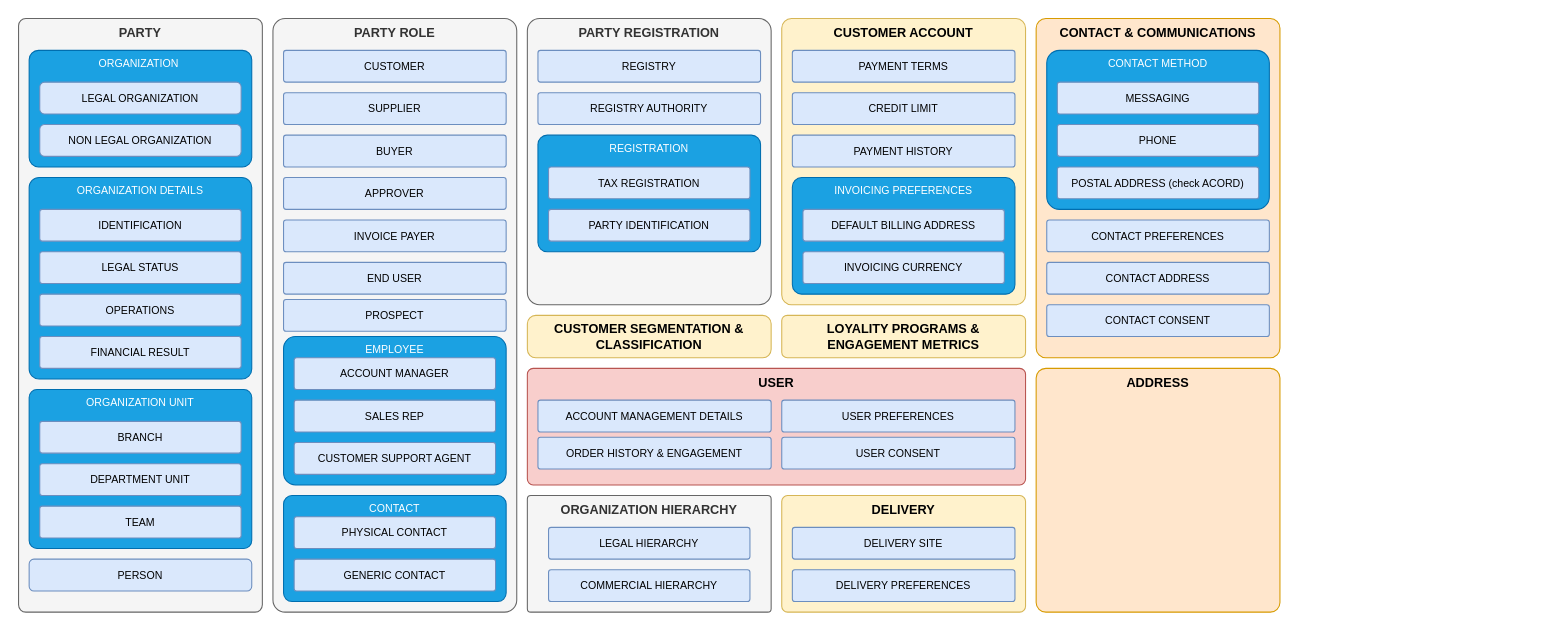
Earlier version of the draw.io diagram page "Customer Functional Area" (5 of 5) of docs/modeling/Customer-Manutan.drawio (pastel-gbetoho/PastelGbetoho-data-library). Source tidied: cells renumbered, new cells numbered last; positions are measured from the earlier drawing's top-left corner, leaving out a move shared by most shapes. Both pictures are drawn from the tidied source at 106%, with x=0, y=0 at pixel (18, 18).
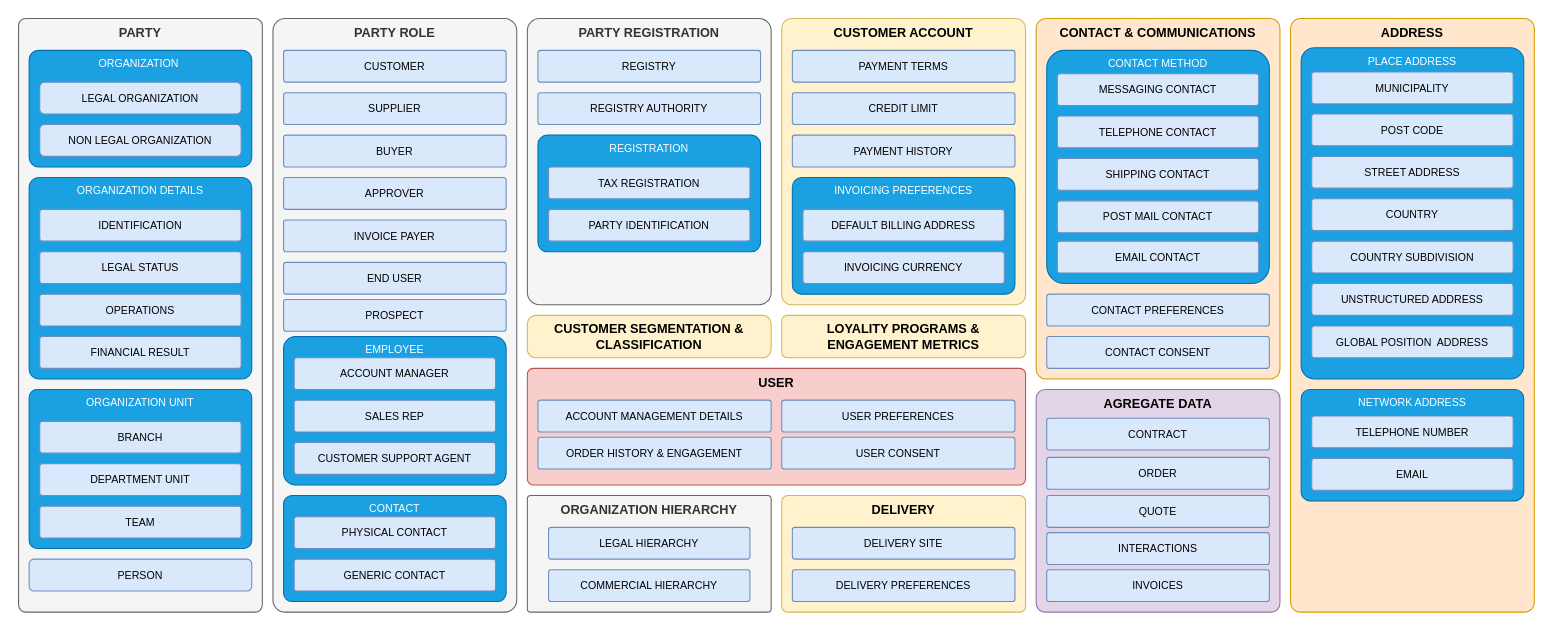
After the change.

Commit message:
Mettre à jour Customer-Manutan.drawio

What changed in the source:
```diff
@@
     <mxCell id="54" value="CONTACT &amp;amp; COMMUNICATIONS" style="rounded=1;whiteSpace=wrap;html=1;fillColor=#ffe6cc;strokeColor=#d79b00;arcSize=4;verticalAlign=top;fontSize=12;fontStyle=1;" parent="1" vertex="1">
-      <mxGeometry x="960" width="230" height="320" as="geometry" />
+      <mxGeometry x="960" width="230" height="340" as="geometry" />
     </mxCell>
     <mxCell id="55" value="CONTACT METHOD" style="rounded=1;whiteSpace=wrap;html=1;fillColor=#1ba1e2;strokeColor=#006EAF;verticalAlign=top;arcSize=8;fontSize=10;fontColor=#ffffff;" parent="1" vertex="1">
-      <mxGeometry x="970" y="30" width="210" height="150" as="geometry" />
+      <mxGeometry x="970" y="30" width="210" height="220" as="geometry" />
     </mxCell>
-    <mxCell id="56" value="MESSAGING" style="rounded=1;whiteSpace=wrap;html=1;fillColor=#dae8fc;strokeColor=#6c8ebf;verticalAlign=middle;arcSize=8;fontSize=10;" parent="1" vertex="1">
-      <mxGeometry x="980" y="60" width="190" height="30" as="geometry" />
+    <mxCell id="56" value="MESSAGING CONTACT" style="rounded=1;whiteSpace=wrap;html=1;fillColor=#dae8fc;strokeColor=#6c8ebf;verticalAlign=middle;arcSize=8;fontSize=10;" parent="1" vertex="1">
+      <mxGeometry x="980" y="52" width="190" height="30" as="geometry" />
     </mxCell>
-    <mxCell id="57" value="PHONE" style="rounded=1;whiteSpace=wrap;html=1;fillColor=#dae8fc;strokeColor=#6c8ebf;verticalAlign=middle;arcSize=8;fontSize=10;" parent="1" vertex="1">
-      <mxGeometry x="980" y="100" width="190" height="30" as="geometry" />
+    <mxCell id="57" value="TELEPHONE CONTACT" style="rounded=1;whiteSpace=wrap;html=1;fillColor=#dae8fc;strokeColor=#6c8ebf;verticalAlign=middle;arcSize=8;fontSize=10;" parent="1" vertex="1">
+      <mxGeometry x="980" y="92" width="190" height="30" as="geometry" />
     </mxCell>
     <mxCell id="58" value="CONTACT PREFERENCES" style="rounded=1;whiteSpace=wrap;html=1;fillColor=#dae8fc;strokeColor=#6c8ebf;verticalAlign=middle;arcSize=8;fontSize=10;" parent="1" vertex="1">
-      <mxGeometry x="970" y="190" width="210" height="30" as="geometry" />
+      <mxGeometry x="970" y="260" width="210" height="30" as="geometry" />
     </mxCell>
-    <mxCell id="59" value="CONTACT ADDRESS" style="rounded=1;whiteSpace=wrap;html=1;fillColor=#dae8fc;strokeColor=#6c8ebf;verticalAlign=middle;arcSize=8;fontSize=10;" parent="1" vertex="1">
-      <mxGeometry x="970" y="230" width="210" height="30" as="geometry" />
-    </mxCell>
     <mxCell id="60" value="CONTACT CONSENT" style="rounded=1;whiteSpace=wrap;html=1;fillColor=#dae8fc;strokeColor=#6c8ebf;verticalAlign=middle;arcSize=8;fontSize=10;" parent="1" vertex="1">
-      <mxGeometry x="970" y="270" width="210" height="30" as="geometry" />
+      <mxGeometry x="970" y="300" width="210" height="30" as="geometry" />
     </mxCell>
-    <mxCell id="61" value="POSTAL ADDRESS (check ACORD)" style="rounded=1;whiteSpace=wrap;html=1;fillColor=#dae8fc;strokeColor=#6c8ebf;verticalAlign=middle;arcSize=8;fontSize=10;" parent="1" vertex="1">
-      <mxGeometry x="980" y="140" width="190" height="30" as="geometry" />
+    <mxCell id="61" value="SHIPPING CONTACT" style="rounded=1;whiteSpace=wrap;html=1;fillColor=#dae8fc;strokeColor=#6c8ebf;verticalAlign=middle;arcSize=8;fontSize=10;" parent="1" vertex="1">
+      <mxGeometry x="980" y="132" width="190" height="30" as="geometry" />
     </mxCell>
@@
     <mxCell id="65" value="ADDRESS" style="rounded=1;whiteSpace=wrap;html=1;fillColor=#ffe6cc;strokeColor=#d79b00;arcSize=4;verticalAlign=top;fontSize=12;fontStyle=1;" parent="1" vertex="1">
-      <mxGeometry x="960" y="330" width="230" height="230" as="geometry" />
+      <mxGeometry x="1200" width="230" height="560" as="geometry" />
     </mxCell>
+    <mxCell id="66" value="AGREGATE DATA" style="rounded=1;whiteSpace=wrap;html=1;fillColor=#e1d5e7;strokeColor=#9673a6;arcSize=4;verticalAlign=top;fontSize=12;fontStyle=1;" parent="1" vertex="1">
+      <mxGeometry x="960" y="350" width="230" height="210" as="geometry" />
+    </mxCell>
+    <mxCell id="67" value="CONTRACT" style="rounded=1;whiteSpace=wrap;html=1;fillColor=#dae8fc;strokeColor=#6c8ebf;verticalAlign=middle;arcSize=8;fontSize=10;" parent="1" vertex="1">
+      <mxGeometry x="970" y="377" width="210" height="30" as="geometry" />
+    </mxCell>
+    <mxCell id="68" value="ORDER" style="rounded=1;whiteSpace=wrap;html=1;fillColor=#dae8fc;strokeColor=#6c8ebf;verticalAlign=middle;arcSize=8;fontSize=10;" parent="1" vertex="1">
+      <mxGeometry x="970" y="414" width="210" height="30" as="geometry" />
+    </mxCell>
+    <mxCell id="69" value="QUOTE" style="rounded=1;whiteSpace=wrap;html=1;fillColor=#dae8fc;strokeColor=#6c8ebf;verticalAlign=middle;arcSize=8;fontSize=10;" parent="1" vertex="1">
+      <mxGeometry x="970" y="450" width="210" height="30" as="geometry" />
+    </mxCell>
+    <mxCell id="70" value="INTERACTIONS" style="rounded=1;whiteSpace=wrap;html=1;fillColor=#dae8fc;strokeColor=#6c8ebf;verticalAlign=middle;arcSize=8;fontSize=10;" parent="1" vertex="1">
+      <mxGeometry x="970" y="485" width="210" height="30" as="geometry" />
+    </mxCell>
+    <mxCell id="71" value="INVOICES" style="rounded=1;whiteSpace=wrap;html=1;fillColor=#dae8fc;strokeColor=#6c8ebf;verticalAlign=middle;arcSize=8;fontSize=10;" parent="1" vertex="1">
+      <mxGeometry x="970" y="520" width="210" height="30" as="geometry" />
+    </mxCell>
+    <mxCell id="72" value="POST MAIL CONTACT" style="rounded=1;whiteSpace=wrap;html=1;fillColor=#dae8fc;strokeColor=#6c8ebf;verticalAlign=middle;arcSize=8;fontSize=10;" parent="1" vertex="1">
+      <mxGeometry x="980" y="172" width="190" height="30" as="geometry" />
+    </mxCell>
+    <mxCell id="73" value="PLACE ADDRESS" style="rounded=1;whiteSpace=wrap;html=1;fillColor=#1ba1e2;strokeColor=#006EAF;verticalAlign=top;arcSize=6;fontSize=10;fontColor=#ffffff;" parent="1" vertex="1">
+      <mxGeometry x="1210" y="27.5" width="210" height="312.5" as="geometry" />
+    </mxCell>
+    <mxCell id="74" value="MUNICIPALITY" style="rounded=1;whiteSpace=wrap;html=1;fillColor=#dae8fc;strokeColor=#6c8ebf;verticalAlign=middle;arcSize=8;fontSize=10;" parent="1" vertex="1">
+      <mxGeometry x="1220" y="50.5" width="190" height="30" as="geometry" />
+    </mxCell>
+    <mxCell id="75" value="GLOBAL POSITION&amp;nbsp; ADDRESS" style="rounded=1;whiteSpace=wrap;html=1;fillColor=#dae8fc;strokeColor=#6c8ebf;verticalAlign=middle;arcSize=8;fontSize=10;" parent="1" vertex="1">
+      <mxGeometry x="1220" y="290" width="190" height="30" as="geometry" />
+    </mxCell>
+    <mxCell id="76" value="NETWORK ADDRESS" style="rounded=1;whiteSpace=wrap;html=1;fillColor=#1ba1e2;strokeColor=#006EAF;verticalAlign=top;arcSize=8;fontSize=10;fontColor=#ffffff;" parent="1" vertex="1">
+      <mxGeometry x="1210" y="350" width="210" height="105" as="geometry" />
+    </mxCell>
+    <mxCell id="77" value="EMAIL CONTACT" style="rounded=1;whiteSpace=wrap;html=1;fillColor=#dae8fc;strokeColor=#6c8ebf;verticalAlign=middle;arcSize=8;fontSize=10;" parent="1" vertex="1">
+      <mxGeometry x="980" y="210" width="190" height="30" as="geometry" />
+    </mxCell>
+    <mxCell id="78" value="TELEPHONE NUMBER" style="rounded=1;whiteSpace=wrap;html=1;fillColor=#dae8fc;strokeColor=#6c8ebf;verticalAlign=middle;arcSize=8;fontSize=10;" parent="1" vertex="1">
+      <mxGeometry x="1220" y="375" width="190" height="30" as="geometry" />
+    </mxCell>
+    <mxCell id="79" value="EMAIL" style="rounded=1;whiteSpace=wrap;html=1;fillColor=#dae8fc;strokeColor=#6c8ebf;verticalAlign=middle;arcSize=8;fontSize=10;" parent="1" vertex="1">
+      <mxGeometry x="1220" y="415" width="190" height="30" as="geometry" />
+    </mxCell>
+    <mxCell id="80" value="POST CODE" style="rounded=1;whiteSpace=wrap;html=1;fillColor=#dae8fc;strokeColor=#6c8ebf;verticalAlign=middle;arcSize=8;fontSize=10;" parent="1" vertex="1">
+      <mxGeometry x="1220" y="90" width="190" height="30" as="geometry" />
+    </mxCell>
+    <mxCell id="81" value="STREET ADDRESS" style="rounded=1;whiteSpace=wrap;html=1;fillColor=#dae8fc;strokeColor=#6c8ebf;verticalAlign=middle;arcSize=8;fontSize=10;" parent="1" vertex="1">
+      <mxGeometry x="1220" y="130" width="190" height="30" as="geometry" />
+    </mxCell>
+    <mxCell id="82" value="COUNTRY" style="rounded=1;whiteSpace=wrap;html=1;fillColor=#dae8fc;strokeColor=#6c8ebf;verticalAlign=middle;arcSize=8;fontSize=10;" parent="1" vertex="1">
+      <mxGeometry x="1220" y="170" width="190" height="30" as="geometry" />
+    </mxCell>
+    <mxCell id="83" value="COUNTRY SUBDIVISION" style="rounded=1;whiteSpace=wrap;html=1;fillColor=#dae8fc;strokeColor=#6c8ebf;verticalAlign=middle;arcSize=8;fontSize=10;" parent="1" vertex="1">
+      <mxGeometry x="1220" y="210" width="190" height="30" as="geometry" />
+    </mxCell>
+    <mxCell id="84" value="UNSTRUCTURED ADDRESS" style="rounded=1;whiteSpace=wrap;html=1;fillColor=#dae8fc;strokeColor=#6c8ebf;verticalAlign=middle;arcSize=8;fontSize=10;" parent="1" vertex="1">
+      <mxGeometry x="1220" y="250" width="190" height="30" as="geometry" />
+    </mxCell>
```
